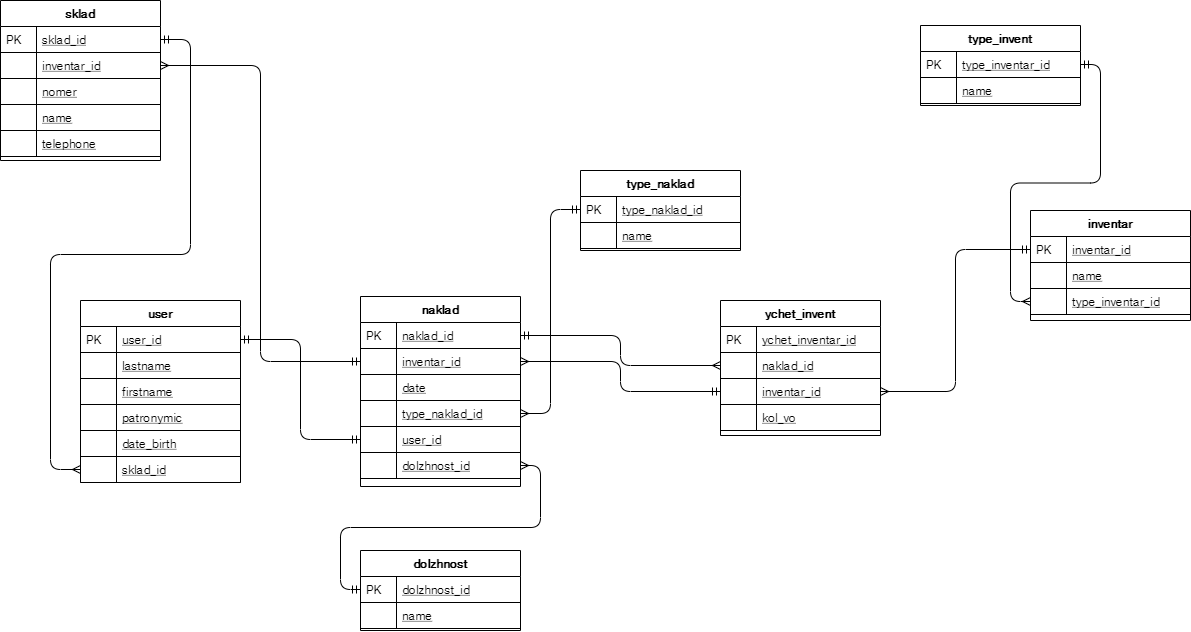
Before: ychet_inv.png, a diagram exported from draw.io (L0nfish/final). Source tidied: cells renumbered, new cells last; positions are measured from the earlier drawing's top-left corner, leaving out a move shared by most shapes.
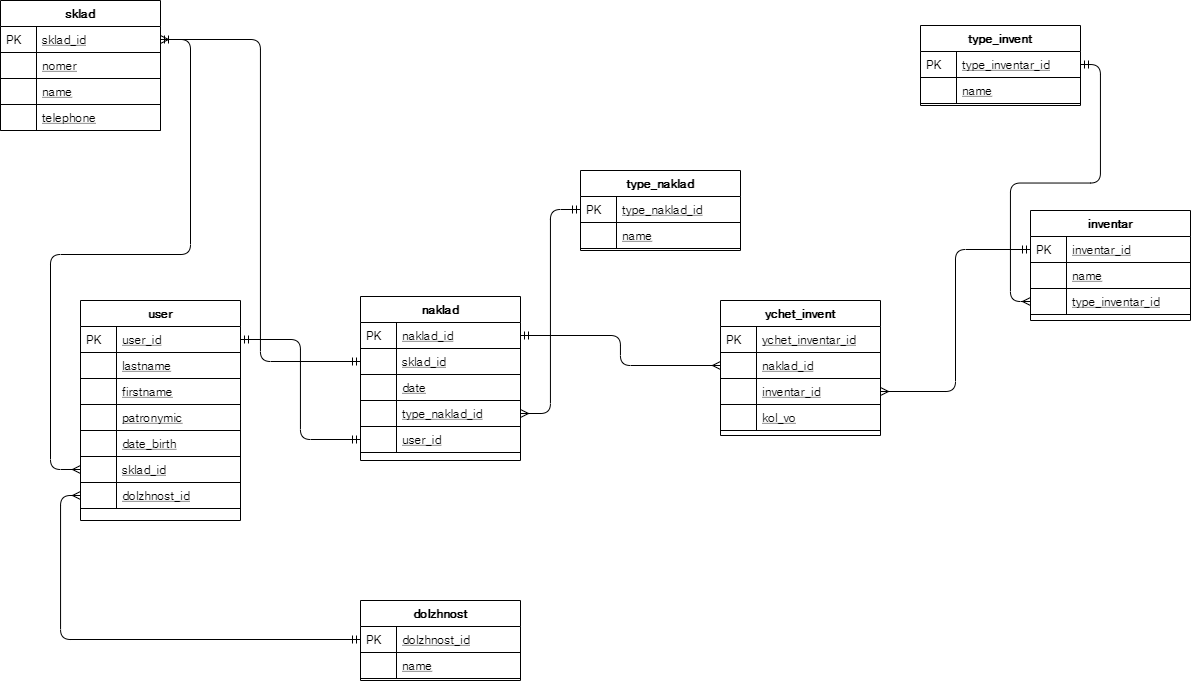
The same diagram one commit later.

Diff of the diagram source:
```diff
@@ -6,7 +6,7 @@
       <mxGeometry relative="1" as="geometry" />
     </mxCell>
     <mxCell id="3" value="sklad" style="swimlane;fontStyle=1;horizontal=1;startSize=26;rounded=0;shadow=0;strokeWidth=1;" parent="1" vertex="1">
-      <mxGeometry width="160" height="160" as="geometry" />
+      <mxGeometry width="160" height="130" as="geometry" />
     </mxCell>
     <mxCell id="4" value="sklad_id" style="shape=partialRectangle;top=0;left=0;right=0;bottom=1;align=left;verticalAlign=top;fillColor=none;spacingLeft=40;spacingRight=4;overflow=hidden;points=[[0,0.5],[1,0.5]];portConstraint=eastwest;rounded=0;shadow=0;strokeWidth=1;fontStyle=4;" parent="3" vertex="1">
       <mxGeometry y="26" width="160" height="26" as="geometry" />
@@ -14,26 +14,20 @@
     <mxCell id="5" value="PK" style="shape=partialRectangle;top=0;left=0;bottom=0;fillColor=none;align=left;verticalAlign=top;spacingLeft=4;spacingRight=4;overflow=hidden;" parent="4" vertex="1">
       <mxGeometry width="36" height="26" as="geometry" />
     </mxCell>
-    <mxCell id="6" value="inventar_id" style="shape=partialRectangle;top=0;left=0;right=0;bottom=1;align=left;verticalAlign=top;fillColor=none;spacingLeft=40;spacingRight=4;overflow=hidden;points=[[0,0.5],[1,0.5]];portConstraint=eastwest;rounded=0;shadow=0;strokeWidth=1;fontStyle=4;" parent="3" vertex="1">
-      <mxGeometry y="52" width="160" height="26" as="geometry" />
-    </mxCell>
-    <mxCell id="7" style="shape=partialRectangle;top=0;left=0;bottom=0;fillColor=none;align=left;verticalAlign=top;spacingLeft=4;spacingRight=4;overflow=hidden;" parent="6" vertex="1">
-      <mxGeometry width="36" height="26" as="geometry" />
-    </mxCell>
     <mxCell id="8" value="nomer" style="shape=partialRectangle;top=0;left=0;right=0;bottom=1;align=left;verticalAlign=top;fillColor=none;spacingLeft=40;spacingRight=4;overflow=hidden;rounded=0;shadow=0;strokeWidth=1;fontStyle=4;" parent="3" vertex="1">
-      <mxGeometry y="78" width="160" height="26" as="geometry" />
+      <mxGeometry y="52" width="160" height="26" as="geometry" />
     </mxCell>
     <mxCell id="9" style="shape=partialRectangle;top=0;left=0;bottom=0;fillColor=none;align=left;verticalAlign=top;spacingLeft=4;spacingRight=4;overflow=hidden;" parent="8" vertex="1">
       <mxGeometry width="36" height="26" as="geometry" />
     </mxCell>
     <mxCell id="10" value="name" style="shape=partialRectangle;top=0;left=0;right=0;bottom=1;align=left;verticalAlign=top;fillColor=none;spacingLeft=40;spacingRight=4;overflow=hidden;rounded=0;shadow=0;strokeWidth=1;fontStyle=4;" parent="3" vertex="1">
-      <mxGeometry y="104" width="160" height="26" as="geometry" />
+      <mxGeometry y="78" width="160" height="26" as="geometry" />
     </mxCell>
     <mxCell id="11" style="shape=partialRectangle;top=0;left=0;bottom=0;fillColor=none;align=left;verticalAlign=top;spacingLeft=4;spacingRight=4;overflow=hidden;" parent="10" vertex="1">
       <mxGeometry width="36" height="26" as="geometry" />
     </mxCell>
     <mxCell id="12" value="telephone" style="shape=partialRectangle;top=0;left=0;right=0;bottom=1;align=left;verticalAlign=top;fillColor=none;spacingLeft=40;spacingRight=4;overflow=hidden;rounded=0;shadow=0;strokeWidth=1;fontStyle=4;" parent="3" vertex="1">
-      <mxGeometry y="130" width="160" height="26" as="geometry" />
+      <mxGeometry y="104" width="160" height="26" as="geometry" />
     </mxCell>
     <mxCell id="13" style="shape=partialRectangle;top=0;left=0;bottom=0;fillColor=none;align=left;verticalAlign=top;spacingLeft=4;spacingRight=4;overflow=hidden;" parent="12" vertex="1">
       <mxGeometry width="36" height="26" as="geometry" />
@@ -42,7 +36,7 @@
       <mxGeometry relative="1" as="geometry" />
     </mxCell>
     <mxCell id="15" value="naklad" style="swimlane;fontStyle=1;horizontal=1;startSize=26;rounded=0;shadow=0;strokeWidth=1;" parent="1" vertex="1">
-      <mxGeometry x="360" y="296" width="160" height="190" as="geometry" />
+      <mxGeometry x="360" y="296" width="160" height="164" as="geometry" />
     </mxCell>
     <mxCell id="16" value="naklad_id" style="shape=partialRectangle;top=0;left=0;right=0;bottom=1;align=left;verticalAlign=top;fillColor=none;spacingLeft=40;spacingRight=4;overflow=hidden;points=[[0,0.5],[1,0.5]];portConstraint=eastwest;rounded=0;shadow=0;strokeWidth=1;fontStyle=4;" parent="15" vertex="1">
       <mxGeometry y="26" width="160" height="26" as="geometry" />
@@ -50,7 +44,7 @@
     <mxCell id="17" value="PK" style="shape=partialRectangle;top=0;left=0;bottom=0;fillColor=none;align=left;verticalAlign=top;spacingLeft=4;spacingRight=4;overflow=hidden;" parent="16" vertex="1">
       <mxGeometry width="36" height="26" as="geometry" />
     </mxCell>
-    <mxCell id="18" value="inventar_id" style="shape=partialRectangle;top=0;left=0;right=0;bottom=1;align=left;verticalAlign=top;fillColor=none;spacingLeft=40;spacingRight=4;overflow=hidden;points=[[0,0.5],[1,0.5]];portConstraint=eastwest;rounded=0;shadow=0;strokeWidth=1;fontStyle=4;" parent="15" vertex="1">
+    <mxCell id="18" value="sklad_id" style="shape=partialRectangle;top=0;left=0;right=0;bottom=1;align=left;verticalAlign=top;fillColor=none;spacingLeft=40;spacingRight=4;overflow=hidden;points=[[0,0.5],[1,0.5]];portConstraint=eastwest;rounded=0;shadow=0;strokeWidth=1;fontStyle=4;" parent="15" vertex="1">
       <mxGeometry y="52" width="160" height="26" as="geometry" />
     </mxCell>
     <mxCell id="19" style="shape=partialRectangle;top=0;left=0;bottom=0;fillColor=none;align=left;verticalAlign=top;spacingLeft=4;spacingRight=4;overflow=hidden;" parent="18" vertex="1">
@@ -74,12 +68,6 @@
     <mxCell id="25" style="shape=partialRectangle;top=0;left=0;bottom=0;fillColor=none;align=left;verticalAlign=top;spacingLeft=4;spacingRight=4;overflow=hidden;" parent="24" vertex="1">
       <mxGeometry width="36" height="26" as="geometry" />
     </mxCell>
-    <mxCell id="26" value="dolzhnost_id" style="shape=partialRectangle;top=0;left=0;right=0;bottom=1;align=left;verticalAlign=top;fillColor=none;spacingLeft=40;spacingRight=4;overflow=hidden;points=[[0,0.5],[1,0.5]];portConstraint=eastwest;rounded=0;shadow=0;strokeWidth=1;fontStyle=4;" parent="15" vertex="1">
-      <mxGeometry y="156" width="160" height="26" as="geometry" />
-    </mxCell>
-    <mxCell id="27" style="shape=partialRectangle;top=0;left=0;bottom=0;fillColor=none;align=left;verticalAlign=top;spacingLeft=4;spacingRight=4;overflow=hidden;" parent="26" vertex="1">
-      <mxGeometry width="36" height="26" as="geometry" />
-    </mxCell>
     <mxCell id="28" style="edgeStyle=orthogonalEdgeStyle;rounded=1;jettySize=auto;html=1;exitX=1;exitY=0.5;exitDx=0;exitDy=0;entryX=0;entryY=0.5;entryDx=0;entryDy=0;startArrow=ERmandOne;startFill=0;endArrow=ERmandOne;endFill=0;" parent="1" edge="1" source="66" target="24">
       <mxGeometry relative="1" as="geometry" />
     </mxCell>
@@ -101,22 +89,7 @@
     <mxCell id="34" style="shape=partialRectangle;top=0;left=0;bottom=0;fillColor=none;align=left;verticalAlign=top;spacingLeft=4;spacingRight=4;overflow=hidden;" parent="33" vertex="1">
       <mxGeometry width="36" height="26" as="geometry" />
     </mxCell>
-    <mxCell id="35" value="dolzhnost" style="swimlane;fontStyle=1;horizontal=1;startSize=26;rounded=0;shadow=0;strokeWidth=1;" parent="1" vertex="1">
-      <mxGeometry x="360" y="550" width="160" height="80" as="geometry" />
-    </mxCell>
-    <mxCell id="36" value="dolzhnost_id" style="shape=partialRectangle;top=0;left=0;right=0;bottom=1;align=left;verticalAlign=top;fillColor=none;spacingLeft=40;spacingRight=4;overflow=hidden;points=[[0,0.5],[1,0.5]];portConstraint=eastwest;rounded=0;shadow=0;strokeWidth=1;fontStyle=4;" parent="35" vertex="1">
-      <mxGeometry y="26" width="160" height="26" as="geometry" />
-    </mxCell>
-    <mxCell id="37" value="PK" style="shape=partialRectangle;top=0;left=0;bottom=0;fillColor=none;align=left;verticalAlign=top;spacingLeft=4;spacingRight=4;overflow=hidden;" parent="36" vertex="1">
-      <mxGeometry width="36" height="26" as="geometry" />
-    </mxCell>
-    <mxCell id="38" value="name" style="shape=partialRectangle;top=0;left=0;right=0;bottom=1;align=left;verticalAlign=top;fillColor=none;spacingLeft=40;spacingRight=4;overflow=hidden;rounded=0;shadow=0;strokeWidth=1;fontStyle=4;" parent="35" vertex="1">
-      <mxGeometry y="52" width="160" height="26" as="geometry" />
-    </mxCell>
-    <mxCell id="39" style="shape=partialRectangle;top=0;left=0;bottom=0;fillColor=none;align=left;verticalAlign=top;spacingLeft=4;spacingRight=4;overflow=hidden;" parent="38" vertex="1">
-      <mxGeometry width="36" height="26" as="geometry" />
-    </mxCell>
-    <mxCell id="40" style="edgeStyle=orthogonalEdgeStyle;rounded=1;jettySize=auto;html=1;exitX=0;exitY=0.5;exitDx=0;exitDy=0;entryX=1;entryY=0.5;entryDx=0;entryDy=0;startArrow=ERmandOne;startFill=0;endArrow=ERmany;endFill=0;" parent="1" edge="1" source="36" target="26">
+    <mxCell id="40" style="edgeStyle=orthogonalEdgeStyle;rounded=1;jettySize=auto;html=1;exitX=0;exitY=0.5;exitDx=0;exitDy=0;entryX=0;entryY=0.5;entryDx=0;entryDy=0;startArrow=ERmandOne;startFill=0;endArrow=ERmany;endFill=0;" parent="1" edge="1" source="36" target="26">
       <mxGeometry relative="1" as="geometry" />
     </mxCell>
     <mxCell id="41" value="ychet_invent" style="swimlane;fontStyle=1;horizontal=1;startSize=26;rounded=0;shadow=0;strokeWidth=1;" parent="1" vertex="1">
@@ -185,14 +158,11 @@
     <mxCell id="62" style="shape=partialRectangle;top=0;left=0;bottom=0;fillColor=none;align=left;verticalAlign=top;spacingLeft=4;spacingRight=4;overflow=hidden;" parent="61" vertex="1">
       <mxGeometry width="36" height="26" as="geometry" />
     </mxCell>
-    <mxCell id="63" style="edgeStyle=orthogonalEdgeStyle;rounded=1;jettySize=auto;html=1;exitX=0;exitY=0.5;exitDx=0;exitDy=0;entryX=1;entryY=0.5;entryDx=0;entryDy=0;startArrow=ERmandOne;startFill=0;endArrow=ERmany;endFill=0;" parent="1" edge="1" source="46" target="18">
-      <mxGeometry relative="1" as="geometry" />
-    </mxCell>
     <mxCell id="64" style="edgeStyle=orthogonalEdgeStyle;rounded=1;jettySize=auto;html=1;exitX=0;exitY=0.5;exitDx=0;exitDy=0;entryX=1;entryY=0.5;entryDx=0;entryDy=0;startArrow=ERmandOne;startFill=0;endArrow=ERmany;endFill=0;" parent="1" edge="1" source="52" target="46">
       <mxGeometry relative="1" as="geometry" />
     </mxCell>
     <mxCell id="65" value="user" style="swimlane;fontStyle=1;horizontal=1;startSize=26;rounded=0;shadow=0;strokeWidth=1;" parent="1" vertex="1">
-      <mxGeometry x="80" y="300" width="160" height="182" as="geometry" />
+      <mxGeometry x="80" y="300" width="160" height="220" as="geometry" />
     </mxCell>
     <mxCell id="66" value="user_id" style="shape=partialRectangle;top=0;left=0;right=0;bottom=1;align=left;verticalAlign=top;fillColor=none;spacingLeft=40;spacingRight=4;overflow=hidden;points=[[0,0.5],[1,0.5]];portConstraint=eastwest;rounded=0;shadow=0;strokeWidth=1;fontStyle=4;" parent="65" vertex="1">
       <mxGeometry y="26" width="160" height="26" as="geometry" />
@@ -230,8 +200,29 @@
     <mxCell id="77" style="shape=partialRectangle;top=0;left=0;bottom=0;fillColor=none;align=left;verticalAlign=top;spacingLeft=4;spacingRight=4;overflow=hidden;" parent="76" vertex="1">
       <mxGeometry width="36" height="26" as="geometry" />
     </mxCell>
+    <mxCell id="26" value="dolzhnost_id" style="shape=partialRectangle;top=0;left=0;right=0;bottom=1;align=left;verticalAlign=top;fillColor=none;spacingLeft=40;spacingRight=4;overflow=hidden;points=[[0,0.5],[1,0.5]];portConstraint=eastwest;rounded=0;shadow=0;strokeWidth=1;fontStyle=4;" parent="65" vertex="1">
+      <mxGeometry y="182" width="160" height="26" as="geometry" />
+    </mxCell>
+    <mxCell id="79" style="shape=partialRectangle;top=0;left=0;bottom=0;fillColor=none;align=left;verticalAlign=top;spacingLeft=4;spacingRight=4;overflow=hidden;" parent="26" vertex="1">
+      <mxGeometry width="36" height="26" as="geometry" />
+    </mxCell>
-    <mxCell id="78" style="edgeStyle=orthogonalEdgeStyle;rounded=1;jettySize=auto;html=1;exitX=0;exitY=0.5;exitDx=0;exitDy=0;entryX=1;entryY=0.5;entryDx=0;entryDy=0;startArrow=ERmandOne;startFill=0;endArrow=ERmany;endFill=0;" parent="1" edge="1" source="18" target="6">
+    <mxCell id="78" style="edgeStyle=orthogonalEdgeStyle;rounded=1;jettySize=auto;html=1;exitX=0;exitY=0.5;exitDx=0;exitDy=0;entryX=1;entryY=0.5;entryDx=0;entryDy=0;startArrow=ERmandOne;startFill=0;endArrow=ERmany;endFill=0;" parent="1" edge="1" source="18" target="4">
       <mxGeometry relative="1" as="geometry" />
     </mxCell>
+    <mxCell id="35" value="dolzhnost" style="swimlane;fontStyle=1;horizontal=1;startSize=26;rounded=0;shadow=0;strokeWidth=1;" parent="1" vertex="1">
+      <mxGeometry x="360" y="600" width="160" height="80" as="geometry" />
+    </mxCell>
+    <mxCell id="36" value="dolzhnost_id" style="shape=partialRectangle;top=0;left=0;right=0;bottom=1;align=left;verticalAlign=top;fillColor=none;spacingLeft=40;spacingRight=4;overflow=hidden;points=[[0,0.5],[1,0.5]];portConstraint=eastwest;rounded=0;shadow=0;strokeWidth=1;fontStyle=4;" parent="35" vertex="1">
+      <mxGeometry y="26" width="160" height="26" as="geometry" />
+    </mxCell>
+    <mxCell id="37" value="PK" style="shape=partialRectangle;top=0;left=0;bottom=0;fillColor=none;align=left;verticalAlign=top;spacingLeft=4;spacingRight=4;overflow=hidden;" parent="36" vertex="1">
+      <mxGeometry width="36" height="26" as="geometry" />
+    </mxCell>
+    <mxCell id="38" value="name" style="shape=partialRectangle;top=0;left=0;right=0;bottom=1;align=left;verticalAlign=top;fillColor=none;spacingLeft=40;spacingRight=4;overflow=hidden;rounded=0;shadow=0;strokeWidth=1;fontStyle=4;" parent="35" vertex="1">
+      <mxGeometry y="52" width="160" height="26" as="geometry" />
+    </mxCell>
+    <mxCell id="39" style="shape=partialRectangle;top=0;left=0;bottom=0;fillColor=none;align=left;verticalAlign=top;spacingLeft=4;spacingRight=4;overflow=hidden;" parent="38" vertex="1">
+      <mxGeometry width="36" height="26" as="geometry" />
+    </mxCell>
   </root>
 </mxGraphModel>
```
